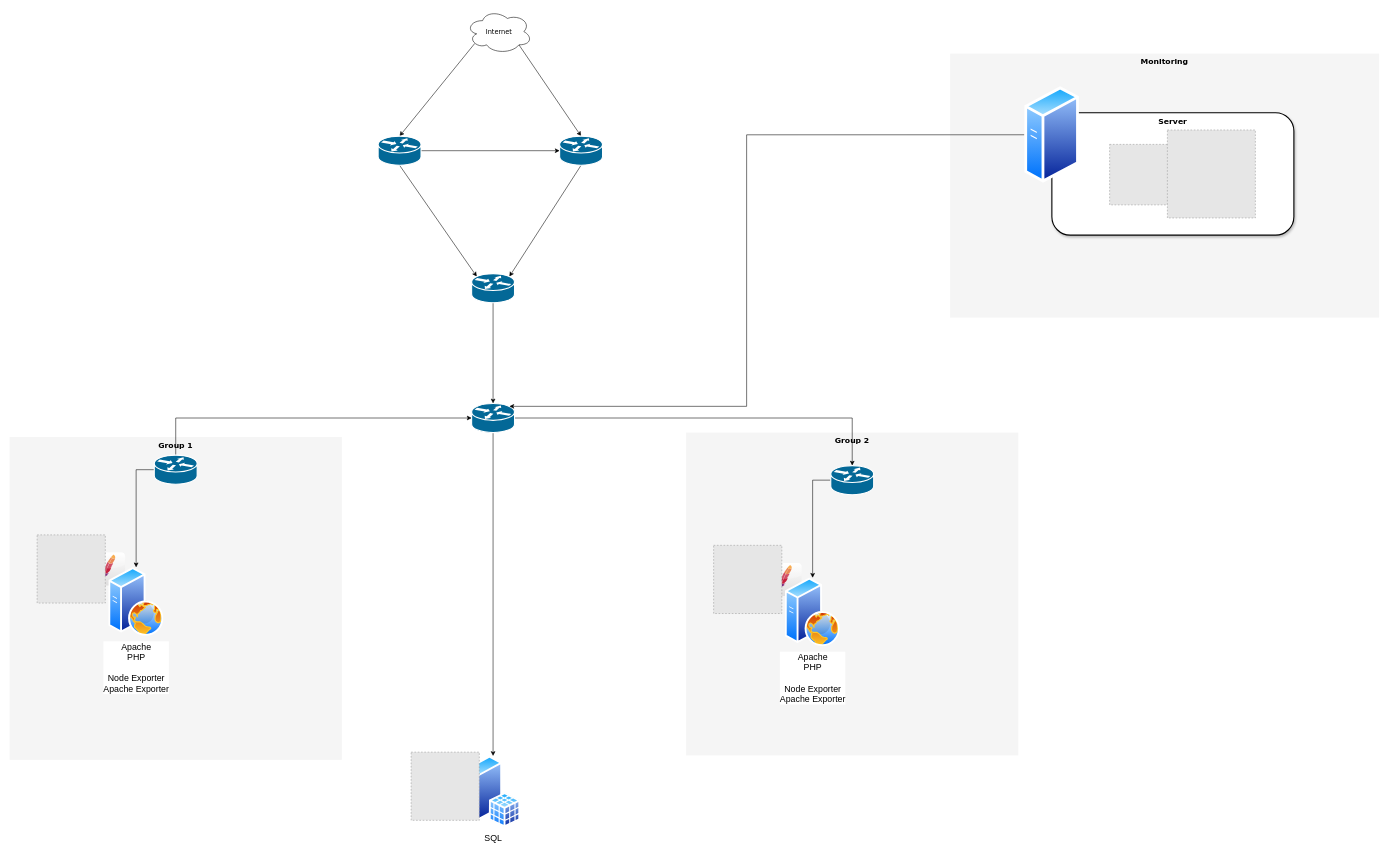
Before: CFGS_JoseMariaPerez.drawio in JulessZ/Tutorials, a draw.io diagram. Source tidied: cells renumbered, new cells numbered last; positions are measured from the earlier drawing's top-left corner, leaving out a move shared by most shapes. Both pictures are drawn from the tidied source at 55%, with x=0, y=0 at pixel (9, 9). Pictures stored in the file or linked from it are replaced by grey dashed boxes.
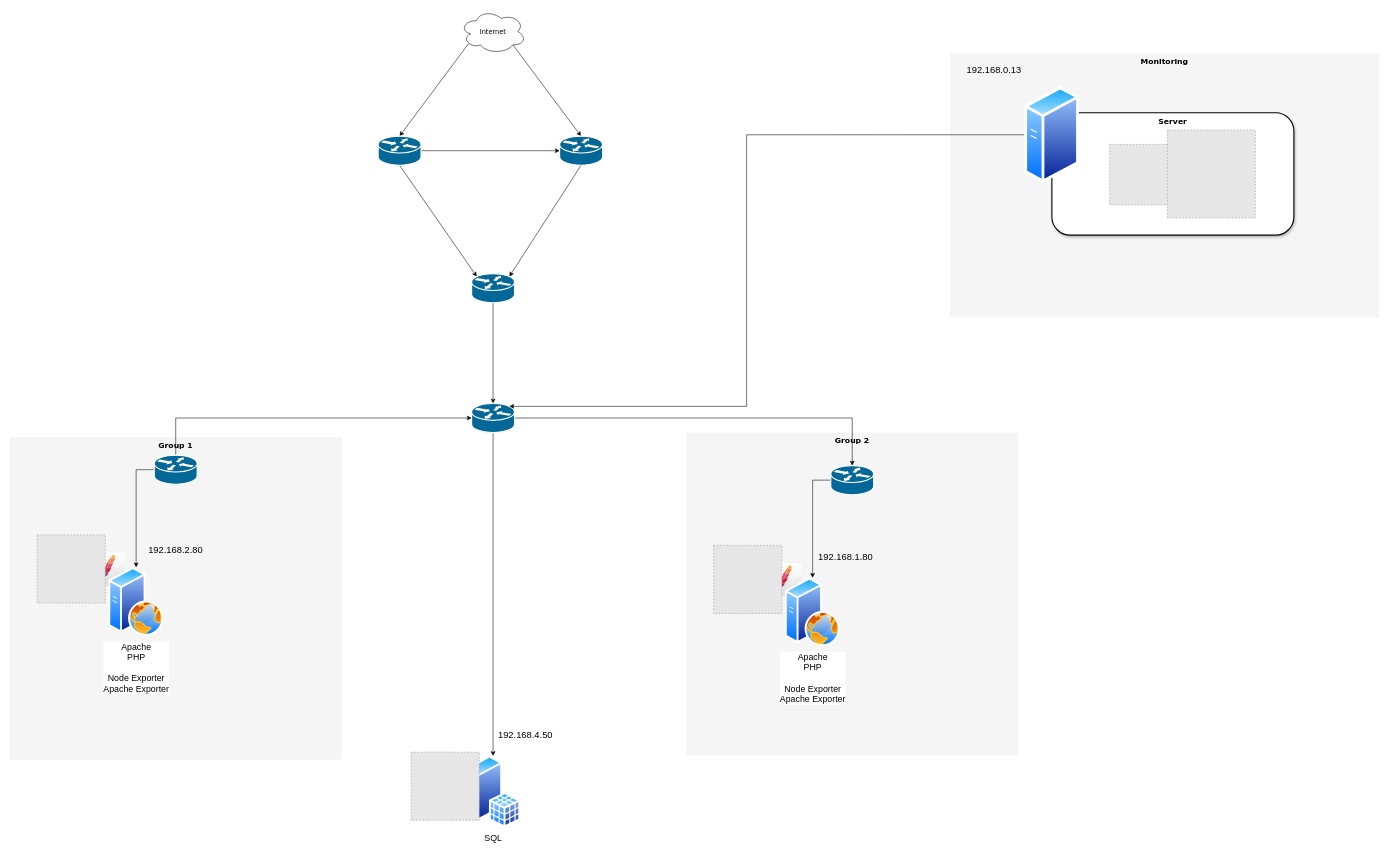
After the change.

Change to the diagram source:
```diff
@@
     <mxCell id="15" value="Internet" style="ellipse;shape=cloud;whiteSpace=wrap;html=1;rounded=0;shadow=0;comic=0;strokeWidth=1;fontFamily=Verdana;fontSize=12;" parent="1" vertex="1">
-      <mxGeometry x="830" width="120" height="80" as="geometry" />
+      <mxGeometry x="819" width="120" height="80" as="geometry" />
     </mxCell>
@@
+    <mxCell id="45" value="192.168.0.13" style="text;html=1;strokeColor=none;fillColor=none;align=center;verticalAlign=middle;whiteSpace=wrap;rounded=0;fontSize=17;" parent="1" vertex="1">
+      <mxGeometry x="1770" y="100" width="40" height="20" as="geometry" />
+    </mxCell>
+    <mxCell id="46" value="192.168.1.80" style="text;html=1;strokeColor=none;fillColor=none;align=center;verticalAlign=middle;whiteSpace=wrap;rounded=0;fontSize=17;" parent="1" vertex="1">
+      <mxGeometry x="1500" y="986" width="40" height="20" as="geometry" />
+    </mxCell>
+    <mxCell id="47" value="192.168.2.80" style="text;html=1;strokeColor=none;fillColor=none;align=center;verticalAlign=middle;whiteSpace=wrap;rounded=0;fontSize=17;" parent="1" vertex="1">
+      <mxGeometry x="282" y="974" width="40" height="20" as="geometry" />
+    </mxCell>
+    <mxCell id="48" value="192.168.4.50" style="text;html=1;strokeColor=none;fillColor=none;align=center;verticalAlign=middle;whiteSpace=wrap;rounded=0;fontSize=17;" parent="1" vertex="1">
+      <mxGeometry x="918" y="1310" width="40" height="20" as="geometry" />
+    </mxCell>
```
